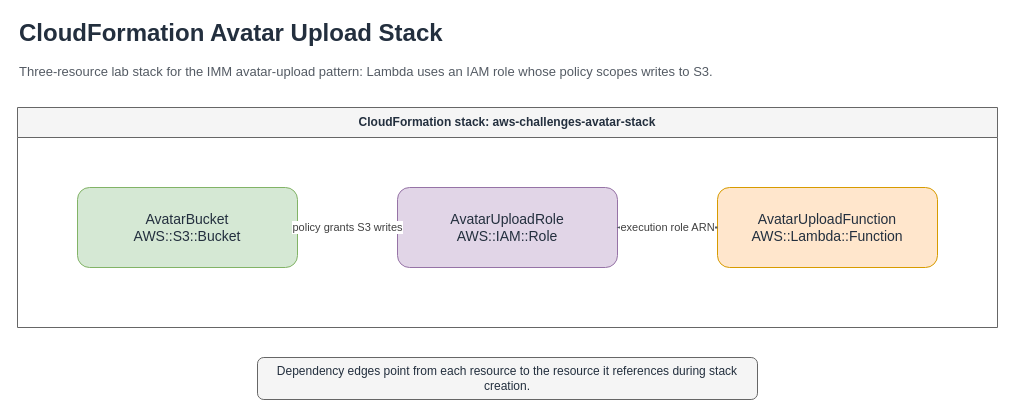
pedrolucazx/aws-challenges keeps this draw.io diagram as cloudformation/images/architecture.drawio. Above is the earlier version. Source tidied: cells renumbered, new cells numbered last; positions are measured from the earlier drawing's top-left corner, leaving out a move shared by most shapes. Both pictures are drawn from the tidied source at 100%, with x=0, y=0 at pixel (17, 17).
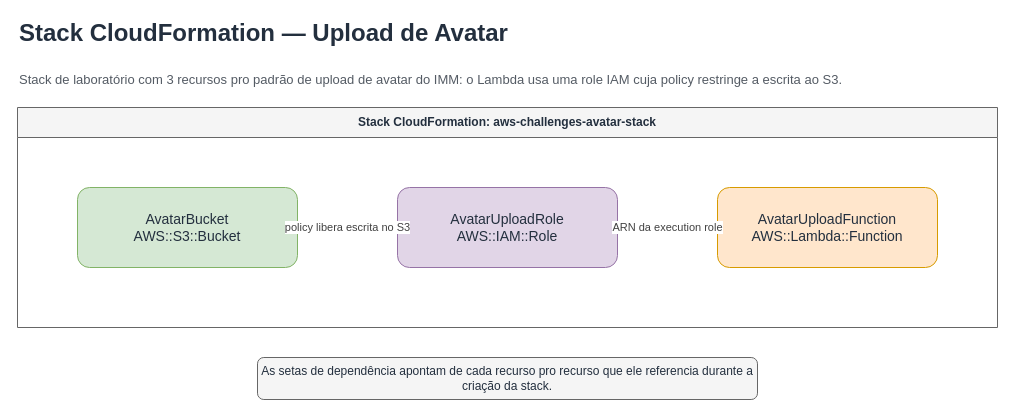
After the change.

Commit message (it also covers changes not shown here):
docs: translate diagram text to pt-BR

Diff of the diagram source:
```diff
@@
 <mxGraphModel>
   <root>
     <mxCell id="0" />
     <mxCell id="1" parent="0" />
-    <mxCell id="2" value="CloudFormation Avatar Upload Stack" style="text;html=1;strokeColor=none;fillColor=none;align=left;verticalAlign=middle;whiteSpace=wrap;rounded=0;fontSize=24;fontStyle=1;fontColor=#232F3E;labelBackgroundColor=#ffffff;" parent="1" vertex="1">
+    <mxCell id="2" value="Stack CloudFormation — Upload de Avatar" style="text;html=1;strokeColor=none;fillColor=none;align=left;verticalAlign=middle;whiteSpace=wrap;rounded=0;fontSize=24;fontStyle=1;fontColor=#232F3E;labelBackgroundColor=#ffffff;" parent="1" vertex="1">
       <mxGeometry width="600" height="32" as="geometry" />
     </mxCell>
-    <mxCell id="3" value="Three-resource lab stack for the IMM avatar-upload pattern: Lambda uses an IAM role whose policy scopes writes to S3." style="text;html=1;strokeColor=none;fillColor=none;align=left;verticalAlign=middle;whiteSpace=wrap;rounded=0;fontSize=13;fontColor=#545B64;labelBackgroundColor=#ffffff;" parent="1" vertex="1">
-      <mxGeometry y="42" width="860" height="24" as="geometry" />
+    <mxCell id="3" value="Stack de laboratório com 3 recursos pro padrão de upload de avatar do IMM: o Lambda usa uma role IAM cuja policy restringe a escrita ao S3." style="text;html=1;strokeColor=none;fillColor=none;align=left;verticalAlign=middle;whiteSpace=wrap;rounded=0;fontSize=13;fontColor=#545B64;labelBackgroundColor=#ffffff;" parent="1" vertex="1">
+      <mxGeometry y="42" width="920" height="40" as="geometry" />
     </mxCell>
-    <mxCell id="4" value="CloudFormation stack: aws-challenges-avatar-stack" style="swimlane;startSize=30;html=1;whiteSpace=wrap;rounded=0;fillColor=#f5f5f5;strokeColor=#666666;fontColor=#232F3E;fontStyle=1;" parent="1" vertex="1">
+    <mxCell id="4" value="Stack CloudFormation: aws-challenges-avatar-stack" style="swimlane;startSize=30;html=1;whiteSpace=wrap;rounded=0;fillColor=#f5f5f5;strokeColor=#666666;fontColor=#232F3E;fontStyle=1;" parent="1" vertex="1">
       <mxGeometry y="90" width="980" height="220" as="geometry" />
     </mxCell>
     <mxCell id="5" value="AvatarBucket&#10;AWS::S3::Bucket" style="rounded=1;whiteSpace=wrap;html=1;fillColor=#d5e8d4;strokeColor=#82b366;fontSize=14;fontColor=#232F3E;align=center;verticalAlign=middle;spacing=8;" parent="4" vertex="1">
       <mxGeometry x="60" y="80" width="220" height="80" as="geometry" />
     </mxCell>
     <mxCell id="6" value="AvatarUploadRole&#10;AWS::IAM::Role" style="rounded=1;whiteSpace=wrap;html=1;fillColor=#e1d5e7;strokeColor=#9673a6;fontSize=14;fontColor=#232F3E;align=center;verticalAlign=middle;spacing=8;" parent="4" vertex="1">
       <mxGeometry x="380" y="80" width="220" height="80" as="geometry" />
     </mxCell>
     <mxCell id="7" value="AvatarUploadFunction&#10;AWS::Lambda::Function" style="rounded=1;whiteSpace=wrap;html=1;fillColor=#ffe6cc;strokeColor=#d79b00;fontSize=14;fontColor=#232F3E;align=center;verticalAlign=middle;spacing=8;" parent="4" vertex="1">
       <mxGeometry x="700" y="80" width="220" height="80" as="geometry" />
     </mxCell>
-    <mxCell id="8" value="policy grants S3 writes" style="edgeStyle=orthogonalEdgeStyle;rounded=1;jettySize=auto;html=1;endArrow=blockThin;endFill=1;strokeWidth=2;strokeColor=#545B64;fontSize=11;fontColor=#404040;labelBackgroundColor=#ffffff;exitX=0;exitY=0.5;exitDx=0;exitDy=0;entryX=1;entryY=0.5;entryDx=0;entryDy=0;" parent="4" edge="1" source="6" target="5">
+    <mxCell id="8" value="policy libera escrita no S3" style="edgeStyle=orthogonalEdgeStyle;rounded=1;jettySize=auto;html=1;endArrow=blockThin;endFill=1;strokeWidth=2;strokeColor=#545B64;fontSize=11;fontColor=#404040;labelBackgroundColor=#ffffff;exitX=0;exitY=0.5;exitDx=0;exitDy=0;entryX=1;entryY=0.5;entryDx=0;entryDy=0;" parent="4" edge="1" source="6" target="5">
       <mxGeometry relative="1" as="geometry" />
     </mxCell>
-    <mxCell id="9" value="execution role ARN" style="edgeStyle=orthogonalEdgeStyle;rounded=1;jettySize=auto;html=1;endArrow=blockThin;endFill=1;strokeWidth=2;strokeColor=#545B64;fontSize=11;fontColor=#404040;labelBackgroundColor=#ffffff;exitX=0;exitY=0.5;exitDx=0;exitDy=0;entryX=1;entryY=0.5;entryDx=0;entryDy=0;" parent="4" edge="1" source="7" target="6">
+    <mxCell id="9" value="ARN da execution role" style="edgeStyle=orthogonalEdgeStyle;rounded=1;jettySize=auto;html=1;endArrow=blockThin;endFill=1;strokeWidth=2;strokeColor=#545B64;fontSize=11;fontColor=#404040;labelBackgroundColor=#ffffff;exitX=0;exitY=0.5;exitDx=0;exitDy=0;entryX=1;entryY=0.5;entryDx=0;entryDy=0;" parent="4" edge="1" source="7" target="6">
       <mxGeometry relative="1" as="geometry" />
     </mxCell>
-    <mxCell id="10" value="Dependency edges point from each resource to the resource it references during stack creation." style="rounded=1;whiteSpace=wrap;html=1;fillColor=#f5f5f5;strokeColor=#666666;fontSize=12;fontColor=#232F3E;align=center;verticalAlign=middle;" parent="1" vertex="1">
+    <mxCell id="10" value="As setas de dependência apontam de cada recurso pro recurso que ele referencia durante a criação da stack." style="rounded=1;whiteSpace=wrap;html=1;fillColor=#f5f5f5;strokeColor=#666666;fontSize=12;fontColor=#232F3E;align=center;verticalAlign=middle;" parent="1" vertex="1">
       <mxGeometry x="240" y="340" width="500" height="42" as="geometry" />
     </mxCell>
   </root>
 </mxGraphModel>
```
